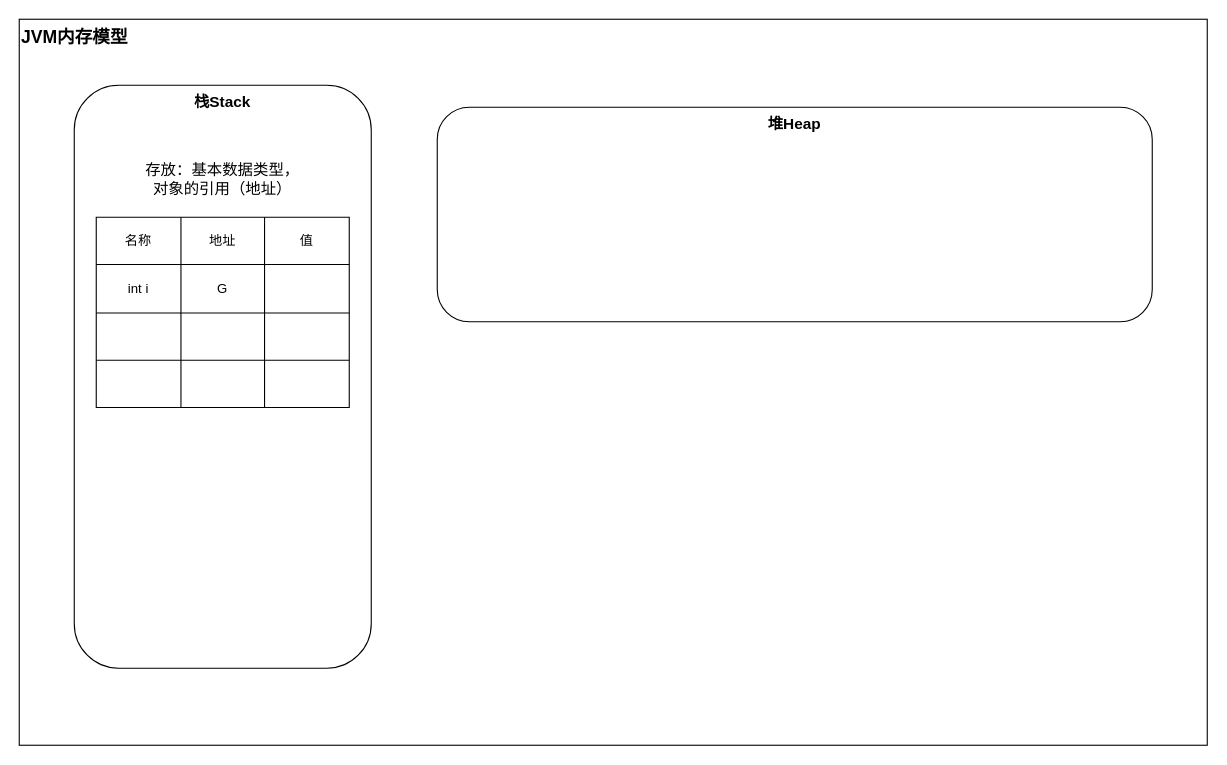
Above: java/Untitled Diagram.drawio in Daniel-jy/diagrams (draw.io), before the change. Source tidied: cells renumbered, new cells numbered last; positions are measured from the earlier drawing's top-left corner, leaving out a move shared by most shapes. Both pictures are drawn from the tidied source at 110%, with x=0, y=0 at pixel (19, 19).
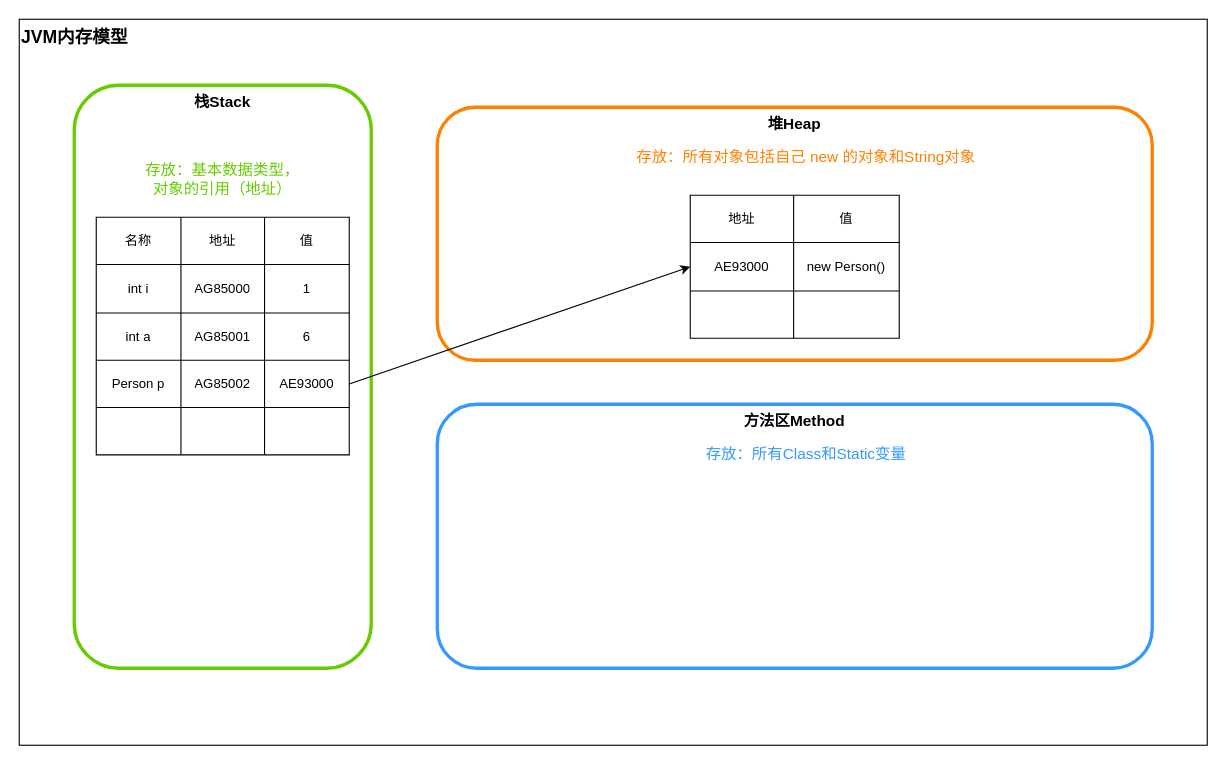
The same page after the edit.

Unchanged cells that the change refers to:
```xml
<mxCell id="11" style="shape=partialRectangle;html=1;whiteSpace=wrap;fillColor=none;top=0;left=0;bottom=0;right=0;" parent="6" vertex="1">
  <mxGeometry y="43" width="230" height="44" as="geometry" />
</mxCell>
<mxCell id="15" style="shape=partialRectangle;html=1;whiteSpace=wrap;fillColor=none;top=0;left=0;bottom=0;right=0;" parent="6" vertex="1">
  <mxGeometry y="87" width="230" height="43" as="geometry" />
</mxCell>
```

Change to the diagram source:
```diff
@@
-    <mxCell id="3" value="栈Stack" style="rounded=1;whiteSpace=wrap;html=1;fontSize=14;verticalAlign=top;align=center;fontStyle=1;" parent="1" vertex="1">
+    <mxCell id="3" value="栈Stack" style="rounded=1;whiteSpace=wrap;html=1;fontSize=14;verticalAlign=top;align=center;fontStyle=1;strokeWidth=3;strokeColor=#66CC00;" parent="1" vertex="1">
       <mxGeometry x="50" y="60" width="270" height="530" as="geometry" />
     </mxCell>
-    <mxCell id="4" value="存放：基本数据类型，&lt;br&gt;对象的引用（地址）" style="text;html=1;strokeColor=none;fillColor=none;align=center;verticalAlign=middle;whiteSpace=wrap;rounded=0;fontSize=14;" parent="1" vertex="1">
+    <mxCell id="4" value="存放：基本数据类型，&lt;br&gt;对象的引用（地址）" style="text;html=1;strokeColor=none;fillColor=none;align=center;verticalAlign=middle;whiteSpace=wrap;rounded=0;fontSize=14;fontColor=#66CC00;" parent="1" vertex="1">
       <mxGeometry x="100" y="120" width="170" height="50" as="geometry" />
     </mxCell>
-    <mxCell id="5" value="堆Heap" style="rounded=1;whiteSpace=wrap;html=1;fontSize=14;verticalAlign=top;align=center;fontStyle=1;" parent="1" vertex="1">
-      <mxGeometry x="380" y="80" width="650" height="195" as="geometry" />
+    <mxCell id="5" value="堆Heap" style="rounded=1;whiteSpace=wrap;html=1;fontSize=14;verticalAlign=top;align=center;fontStyle=1;strokeWidth=3;strokeColor=#FF8000;" parent="1" vertex="1">
+      <mxGeometry x="380" y="80" width="650" height="230" as="geometry" />
     </mxCell>
     <mxCell id="6" style="shape=table;html=1;whiteSpace=wrap;startSize=0;childLayout=tableLayout;fillColor=none;fontSize=14;align=center;" parent="1" vertex="1">
-      <mxGeometry x="70" y="180" width="230" height="173" as="geometry" />
+      <mxGeometry x="70" y="180" width="230" height="216" as="geometry" />
     </mxCell>
@@
-    <mxCell id="13" value="G" style="shape=partialRectangle;html=1;whiteSpace=wrap;fillColor=none;top=0;left=0;bottom=0;right=0;overflow=hidden;" parent="11" vertex="1">
+    <mxCell id="13" value="AG85000" style="shape=partialRectangle;html=1;whiteSpace=wrap;fillColor=none;top=0;left=0;bottom=0;right=0;overflow=hidden;" parent="11" vertex="1">
       <mxGeometry x="77" width="76" height="44" as="geometry" />
     </mxCell>
-    <mxCell id="14" style="shape=partialRectangle;html=1;whiteSpace=wrap;fillColor=none;top=0;left=0;bottom=0;right=0;overflow=hidden;" parent="11" vertex="1">
+    <mxCell id="14" value="1" style="shape=partialRectangle;html=1;whiteSpace=wrap;fillColor=none;top=0;left=0;bottom=0;right=0;overflow=hidden;" parent="11" vertex="1">
       <mxGeometry x="153" width="77" height="44" as="geometry" />
     </mxCell>
@@
-    <mxCell id="16" style="shape=partialRectangle;html=1;whiteSpace=wrap;fillColor=none;top=0;left=0;bottom=0;right=0;overflow=hidden;" parent="15" vertex="1">
+    <mxCell id="16" value="int a" style="shape=partialRectangle;html=1;whiteSpace=wrap;fillColor=none;top=0;left=0;bottom=0;right=0;overflow=hidden;" parent="15" vertex="1">
       <mxGeometry width="77" height="43" as="geometry" />
     </mxCell>
-    <mxCell id="17" style="shape=partialRectangle;html=1;whiteSpace=wrap;fillColor=none;top=0;left=0;bottom=0;right=0;overflow=hidden;" parent="15" vertex="1">
+    <mxCell id="17" value="&lt;span&gt;AG85001&lt;/span&gt;" style="shape=partialRectangle;html=1;whiteSpace=wrap;fillColor=none;top=0;left=0;bottom=0;right=0;overflow=hidden;" parent="15" vertex="1">
       <mxGeometry x="77" width="76" height="43" as="geometry" />
     </mxCell>
-    <mxCell id="18" style="shape=partialRectangle;html=1;whiteSpace=wrap;fillColor=none;top=0;left=0;bottom=0;right=0;overflow=hidden;" parent="15" vertex="1">
+    <mxCell id="18" value="6" style="shape=partialRectangle;html=1;whiteSpace=wrap;fillColor=none;top=0;left=0;bottom=0;right=0;overflow=hidden;" parent="15" vertex="1">
       <mxGeometry x="153" width="77" height="43" as="geometry" />
     </mxCell>
+    <mxCell id="23" style="shape=partialRectangle;html=1;whiteSpace=wrap;fillColor=none;top=0;left=0;bottom=0;right=0;points=[[0,0.5],[1,0.5]];portConstraint=eastwest;" parent="6" vertex="1">
+      <mxGeometry y="130" width="230" height="43" as="geometry" />
+    </mxCell>
+    <mxCell id="24" value="Person p" style="shape=partialRectangle;html=1;whiteSpace=wrap;fillColor=none;top=0;left=0;bottom=0;right=0;overflow=hidden;" parent="23" vertex="1">
+      <mxGeometry width="77" height="43" as="geometry" />
+    </mxCell>
+    <mxCell id="25" value="&lt;span&gt;AG85002&lt;/span&gt;" style="shape=partialRectangle;html=1;whiteSpace=wrap;fillColor=none;top=0;left=0;bottom=0;right=0;overflow=hidden;" parent="23" vertex="1">
+      <mxGeometry x="77" width="76" height="43" as="geometry" />
+    </mxCell>
+    <mxCell id="26" value="&lt;span&gt;AE93000&lt;/span&gt;" style="shape=partialRectangle;html=1;whiteSpace=wrap;fillColor=none;top=0;left=0;bottom=0;right=0;overflow=hidden;" parent="23" vertex="1">
+      <mxGeometry x="153" width="77" height="43" as="geometry" />
+    </mxCell>
     <mxCell id="19" style="shape=partialRectangle;html=1;whiteSpace=wrap;fillColor=none;top=0;left=0;bottom=0;right=0;" parent="6" vertex="1">
-      <mxGeometry y="130" width="230" height="43" as="geometry" />
+      <mxGeometry y="173" width="230" height="43" as="geometry" />
     </mxCell>
@@
+    <mxCell id="27" value="方法区Method" style="rounded=1;whiteSpace=wrap;html=1;fontSize=14;verticalAlign=top;align=center;fontStyle=1;strokeWidth=3;strokeColor=#3399FF;" parent="1" vertex="1">
+      <mxGeometry x="380" y="350" width="650" height="240" as="geometry" />
+    </mxCell>
+    <mxCell id="28" value="存放：所有对象包括自己 new&amp;nbsp;的对象和String对象" style="text;html=1;strokeColor=none;fillColor=none;align=center;verticalAlign=middle;whiteSpace=wrap;rounded=0;fontSize=14;fontColor=#FF8000;" parent="1" vertex="1">
+      <mxGeometry x="520" y="110" width="391" height="30" as="geometry" />
+    </mxCell>
+    <mxCell id="29" value="存放：所有Class和Static变量" style="text;html=1;strokeColor=none;fillColor=none;align=center;verticalAlign=middle;whiteSpace=wrap;rounded=0;fontSize=14;fontColor=#3399FF;" parent="1" vertex="1">
+      <mxGeometry x="520" y="380" width="391" height="30" as="geometry" />
+    </mxCell>
+    <mxCell id="30" style="shape=table;html=1;whiteSpace=wrap;startSize=0;childLayout=tableLayout;fillColor=none;fontSize=14;align=center;" parent="1" vertex="1">
+      <mxGeometry x="610" y="160" width="190" height="130" as="geometry" />
+    </mxCell>
+    <mxCell id="31" style="shape=partialRectangle;html=1;whiteSpace=wrap;fillColor=none;top=0;left=0;bottom=0;right=0;" parent="30" vertex="1">
+      <mxGeometry width="190" height="43" as="geometry" />
+    </mxCell>
+    <mxCell id="32" value="地址" style="shape=partialRectangle;html=1;whiteSpace=wrap;fillColor=none;top=0;left=0;bottom=0;right=0;overflow=hidden;" parent="31" vertex="1">
+      <mxGeometry width="94" height="43" as="geometry" />
+    </mxCell>
+    <mxCell id="33" value="值" style="shape=partialRectangle;html=1;whiteSpace=wrap;fillColor=none;top=0;left=0;bottom=0;right=0;overflow=hidden;" parent="31" vertex="1">
+      <mxGeometry x="94" width="96" height="43" as="geometry" />
+    </mxCell>
+    <mxCell id="34" style="shape=partialRectangle;html=1;whiteSpace=wrap;fillColor=none;top=0;left=0;bottom=0;right=0;points=[[0,0.5],[1,0.5]];portConstraint=eastwest;" parent="30" vertex="1">
+      <mxGeometry y="43" width="190" height="44" as="geometry" />
+    </mxCell>
+    <mxCell id="35" value="AE93000" style="shape=partialRectangle;html=1;whiteSpace=wrap;fillColor=none;top=0;left=0;bottom=0;right=0;overflow=hidden;" parent="34" vertex="1">
+      <mxGeometry width="94" height="44" as="geometry" />
+    </mxCell>
+    <mxCell id="36" value="new Person()" style="shape=partialRectangle;html=1;whiteSpace=wrap;fillColor=none;top=0;left=0;bottom=0;right=0;overflow=hidden;" parent="34" vertex="1">
+      <mxGeometry x="94" width="96" height="44" as="geometry" />
+    </mxCell>
+    <mxCell id="37" style="shape=partialRectangle;html=1;whiteSpace=wrap;fillColor=none;top=0;left=0;bottom=0;right=0;" parent="30" vertex="1">
+      <mxGeometry y="87" width="190" height="43" as="geometry" />
+    </mxCell>
+    <mxCell id="38" style="shape=partialRectangle;html=1;whiteSpace=wrap;fillColor=none;top=0;left=0;bottom=0;right=0;overflow=hidden;" parent="37" vertex="1">
+      <mxGeometry width="94" height="43" as="geometry" />
+    </mxCell>
+    <mxCell id="39" style="shape=partialRectangle;html=1;whiteSpace=wrap;fillColor=none;top=0;left=0;bottom=0;right=0;overflow=hidden;" parent="37" vertex="1">
+      <mxGeometry x="94" width="96" height="43" as="geometry" />
+    </mxCell>
+    <mxCell id="40" style="endArrow=classic;html=1;fontSize=14;fontColor=#3399FF;entryX=0;entryY=0.5;entryDx=0;entryDy=0;exitX=1;exitY=0.5;exitDx=0;exitDy=0;" parent="1" edge="1" source="23" target="34">
+      <mxGeometry relative="1" as="geometry" />
+    </mxCell>
```
